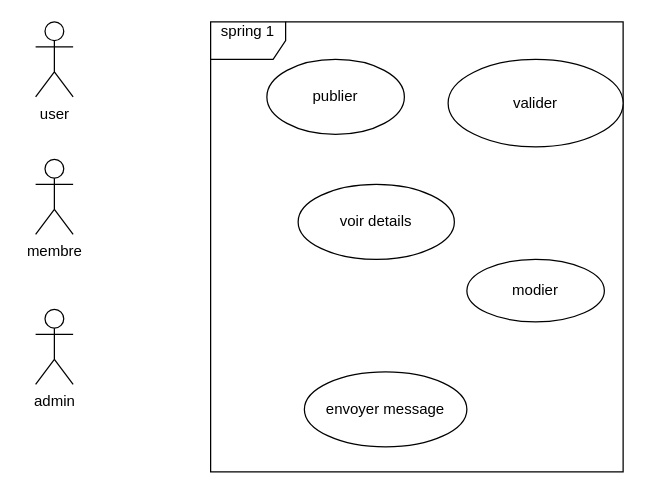
The draw.io diagram page "Page-2" (2 of 3) of schoolapp-use-case-spring-1.drawio in sidofdountio/schoolappui, before the edit. Source tidied: cells renumbered, new cells numbered last; positions are measured from the earlier drawing's top-left corner, leaving out a move shared by most shapes. Both pictures are drawn from the tidied source at 125%, with x=0, y=0 at pixel (35, 21).
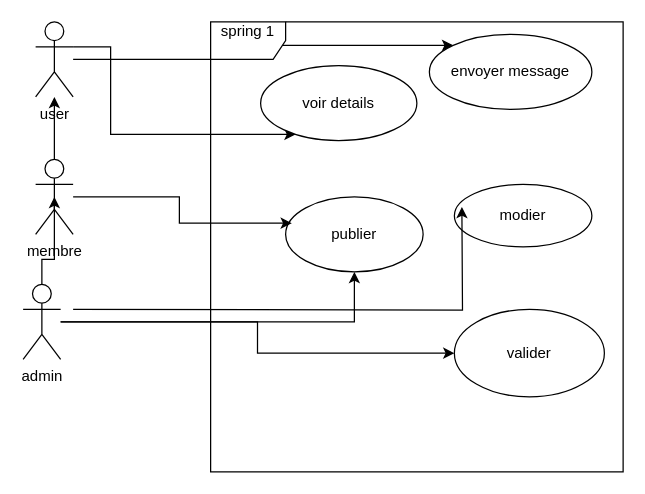
The same page after the edit.

Unchanged cells that the change refers to:
```xml
<mxCell id="2" value="user" style="shape=umlActor;verticalLabelPosition=bottom;verticalAlign=top;html=1;outlineConnect=0;" parent="1" vertex="1">
  <mxGeometry width="30" height="60" as="geometry" />
</mxCell>
<mxCell id="3" value="membre" style="shape=umlActor;verticalLabelPosition=bottom;verticalAlign=top;html=1;outlineConnect=0;" parent="1" vertex="1">
  <mxGeometry y="110" width="30" height="60" as="geometry" />
</mxCell>
```

The edit, as a diff of the source:
```diff
@@
+    <mxCell id="11" style="edgeStyle=orthogonalEdgeStyle;rounded=0;jettySize=auto;html=1;exitX=1;exitY=0.3333333333333333;exitDx=0;exitDy=0;exitPerimeter=0;" parent="1" edge="1" source="2" target="8">
+      <mxGeometry relative="1" as="geometry">
+        <Array as="points">
+          <mxPoint x="60" y="20" />
+          <mxPoint x="60" y="90" />
+        </Array>
+      </mxGeometry>
+    </mxCell>
+    <mxCell id="12" style="edgeStyle=orthogonalEdgeStyle;rounded=0;jettySize=auto;html=1;entryX=0;entryY=0;entryDx=0;entryDy=0;" parent="1" edge="1" source="2" target="10">
+      <mxGeometry relative="1" as="geometry" />
+    </mxCell>
@@
+    <mxCell id="13" style="edgeStyle=orthogonalEdgeStyle;rounded=0;jettySize=auto;html=1;exitX=0.5;exitY=0;exitDx=0;exitDy=0;exitPerimeter=0;" parent="1" edge="1" source="3" target="2">
+      <mxGeometry relative="1" as="geometry" />
+    </mxCell>
@@
+    <mxCell id="14" style="edgeStyle=orthogonalEdgeStyle;rounded=0;jettySize=auto;html=1;" parent="1" edge="1" source="5" target="6">
+      <mxGeometry relative="1" as="geometry" />
+    </mxCell>
+    <mxCell id="15" style="edgeStyle=orthogonalEdgeStyle;rounded=0;jettySize=auto;html=1;" parent="1" edge="1" source="5" target="7">
+      <mxGeometry relative="1" as="geometry" />
+    </mxCell>
     <mxCell id="5" value="admin" style="shape=umlActor;verticalLabelPosition=bottom;verticalAlign=top;html=1;" parent="1" vertex="1">
-      <mxGeometry y="230" width="30" height="60" as="geometry" />
+      <mxGeometry x="-10" y="210" width="30" height="60" as="geometry" />
     </mxCell>
     <mxCell id="6" value="publier" style="ellipse;whiteSpace=wrap;html=1;" parent="1" vertex="1">
-      <mxGeometry x="185" y="30" width="110" height="60" as="geometry" />
+      <mxGeometry x="200" y="140" width="110" height="60" as="geometry" />
     </mxCell>
     <mxCell id="7" value="valider" style="ellipse;whiteSpace=wrap;html=1;" parent="1" vertex="1">
-      <mxGeometry x="330" y="30" width="140" height="70" as="geometry" />
+      <mxGeometry x="335" y="230" width="120" height="70" as="geometry" />
     </mxCell>
     <mxCell id="8" value="voir details" style="ellipse;whiteSpace=wrap;html=1;" parent="1" vertex="1">
-      <mxGeometry x="210" y="130" width="125" height="60" as="geometry" />
+      <mxGeometry x="180" y="35" width="125" height="60" as="geometry" />
     </mxCell>
     <mxCell id="9" value="modier" style="ellipse;whiteSpace=wrap;html=1;" parent="1" vertex="1">
-      <mxGeometry x="345" y="190" width="110" height="50" as="geometry" />
+      <mxGeometry x="335" y="130" width="110" height="50" as="geometry" />
     </mxCell>
     <mxCell id="10" value="envoyer message" style="ellipse;whiteSpace=wrap;html=1;" parent="1" vertex="1">
-      <mxGeometry x="215" y="280" width="130" height="60" as="geometry" />
+      <mxGeometry x="315" y="10" width="130" height="60" as="geometry" />
     </mxCell>
+    <mxCell id="16" style="edgeStyle=orthogonalEdgeStyle;rounded=0;jettySize=auto;html=1;entryX=0.045;entryY=0.35;entryDx=0;entryDy=0;entryPerimeter=0;" parent="1" edge="1" source="3" target="6">
+      <mxGeometry relative="1" as="geometry" />
+    </mxCell>
+    <mxCell id="17" style="edgeStyle=orthogonalEdgeStyle;rounded=0;orthogonalLoop=1;jettySize=auto;html=1;exitX=1;exitY=0.3333333333333333;exitDx=0;exitDy=0;exitPerimeter=0;entryX=0.055;entryY=0.76;entryDx=0;entryDy=0;entryPerimeter=0;" parent="1" edge="1">
+      <mxGeometry relative="1" as="geometry">
+        <mxPoint x="30" y="230" as="sourcePoint" />
+        <mxPoint x="341" y="148" as="targetPoint" />
+      </mxGeometry>
+    </mxCell>
+    <mxCell id="18" style="edgeStyle=orthogonalEdgeStyle;rounded=0;jettySize=auto;html=1;exitX=0.5;exitY=0;exitDx=0;exitDy=0;exitPerimeter=0;entryX=0.5;entryY=0.5;entryDx=0;entryDy=0;entryPerimeter=0;" parent="1" edge="1" source="5" target="3">
+      <mxGeometry relative="1" as="geometry" />
+    </mxCell>
```
